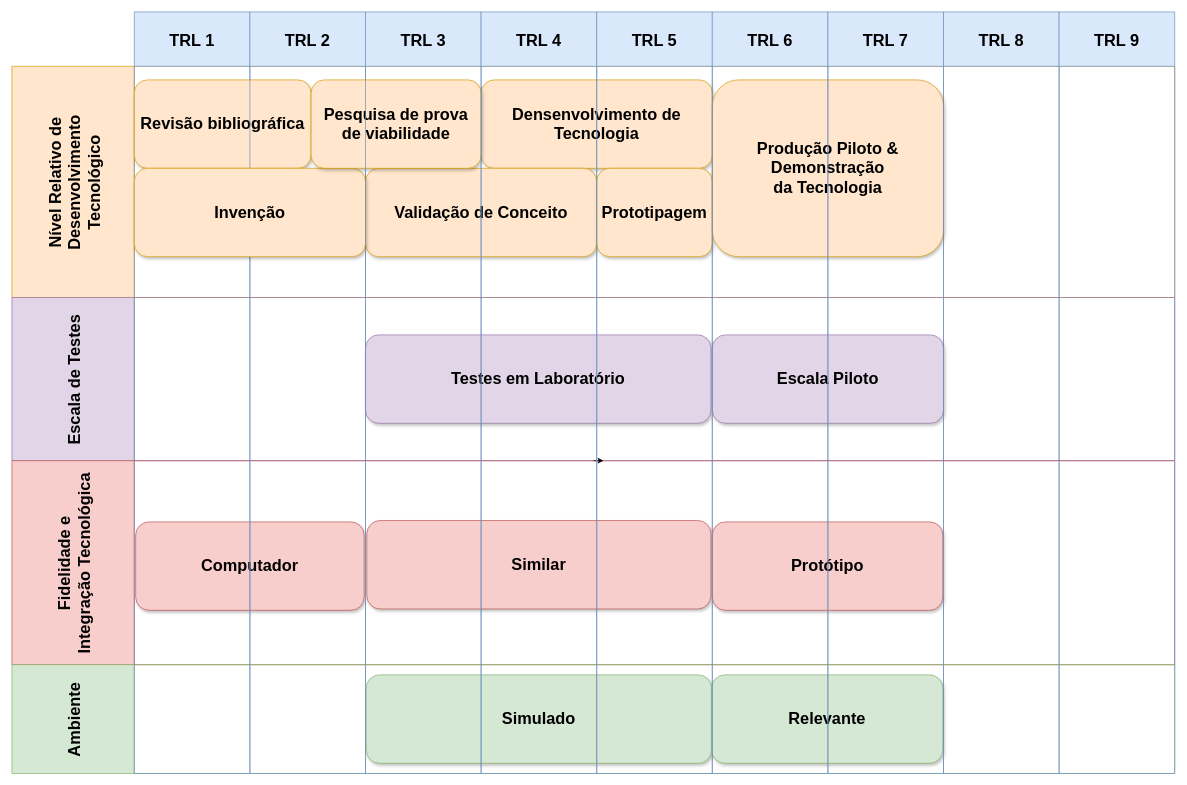
vitorsmends/raspode keeps this draw.io diagram as assets/diagram.drawio. Above is the earlier version. Source tidied: cells renumbered, new cells numbered last; positions are measured from the earlier drawing's top-left corner, leaving out a move shared by most shapes. Both pictures are drawn from the tidied source at 68%, with x=0, y=0 at pixel (12, 12).
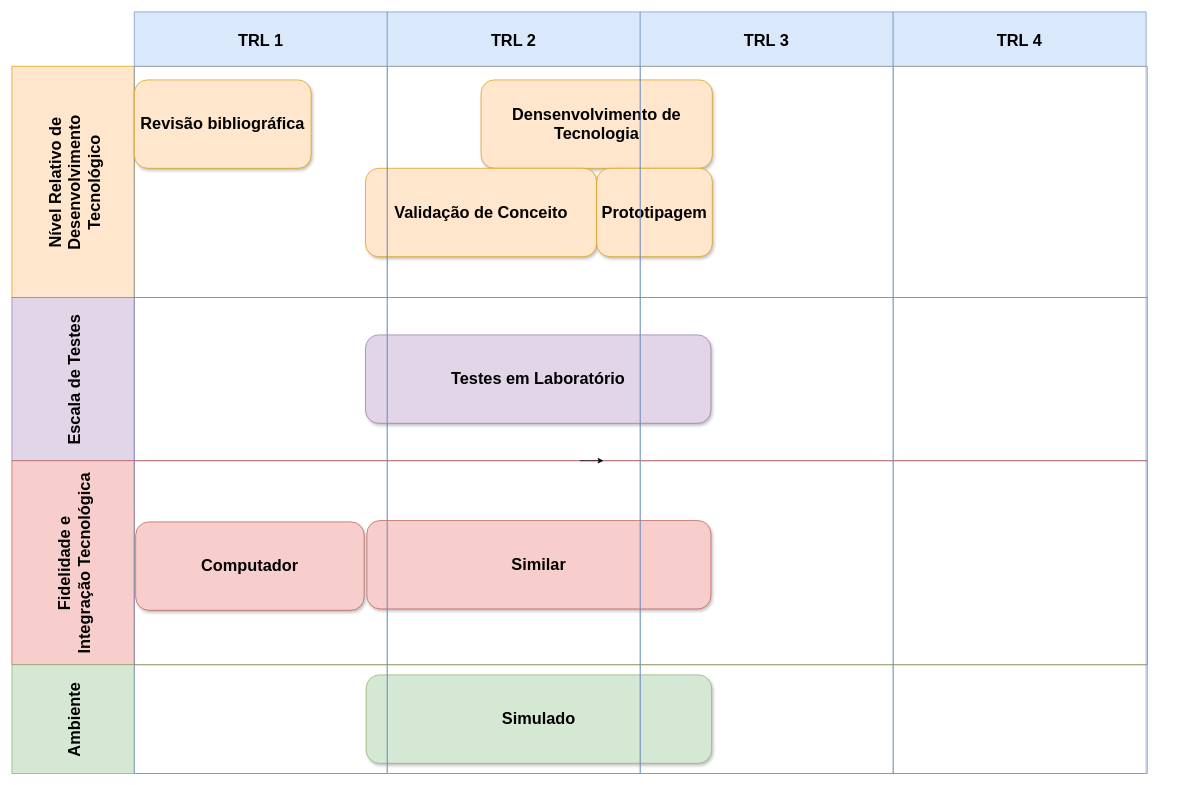
After the change.

The change refers to these unchanged cells:
```xml
<mxCell id="2" style="group;" parent="1" vertex="1">
  <mxGeometry y="80" width="1710" height="1040" as="geometry" />
</mxCell>
```

The edit, as a diff of the source:
```diff
@@
     <mxCell id="3" value="Nível Relativo de &#10;Desenvolvimento&#10;Tecnológico" style="swimlane;horizontal=0;startSize=180;fontSize=24;fillColor=#ffe6cc;strokeColor=#d79b00;" parent="2" vertex="1">
-      <mxGeometry width="1710" height="340" as="geometry" />
+      <mxGeometry width="1670" height="340" as="geometry" />
     </mxCell>
     <mxCell id="4" value="Escala de Testes" style="swimlane;horizontal=0;startSize=180;fontSize=24;fillColor=#e1d5e7;strokeColor=#9673a6;" parent="2" vertex="1">
-      <mxGeometry y="340" width="1710" height="240" as="geometry" />
+      <mxGeometry y="340" width="1670" height="240" as="geometry" />
     </mxCell>
@@
-    <mxCell id="6" value="Escala Piloto" style="rounded=1;whiteSpace=wrap;html=1;fontSize=24;fillColor=#e1d5e7;strokeColor=#9673a6;shadow=1;sketch=0;glass=0;fontStyle=1;" parent="4" vertex="1">
-      <mxGeometry x="1030" y="55" width="340" height="130" as="geometry" />
-    </mxCell>
     <mxCell id="7" value="Fidelidade e &#10;Integração Tecnológica" style="swimlane;horizontal=0;startSize=180;fontSize=24;fillColor=#f8cecc;strokeColor=#b85450;" parent="2" vertex="1">
-      <mxGeometry y="580" width="1710" height="300" as="geometry" />
+      <mxGeometry y="580" width="1670" height="300" as="geometry" />
     </mxCell>
@@
-    <mxCell id="10" value="Protótipo" style="rounded=1;whiteSpace=wrap;html=1;fontSize=24;fillColor=#f8cecc;strokeColor=#b85450;shadow=1;sketch=0;glass=0;fontStyle=1;" parent="7" vertex="1">
-      <mxGeometry x="1030" y="90" width="339" height="130" as="geometry" />
-    </mxCell>
     <mxCell id="11" value="Ambiente" style="swimlane;horizontal=0;startSize=180;fontSize=24;fillColor=#d5e8d4;strokeColor=#82b366;" parent="2" vertex="1">
-      <mxGeometry y="880" width="1710" height="160" as="geometry" />
+      <mxGeometry y="880" width="1670" height="160" as="geometry" />
     </mxCell>
@@
-    <mxCell id="13" value="Relevante" style="rounded=1;whiteSpace=wrap;html=1;fontSize=24;fillColor=#d5e8d4;strokeColor=#82b366;shadow=1;sketch=0;glass=0;fontStyle=1;" parent="11" vertex="1">
-      <mxGeometry x="1029" y="15" width="340" height="130" as="geometry" />
-    </mxCell>
@@
-    <mxCell id="17" value="Produção Piloto &amp;amp; Demonstração &lt;br&gt;da Tecnologia" style="rounded=1;whiteSpace=wrap;html=1;fontSize=24;fillColor=#ffe6cc;strokeColor=#d79b00;shadow=1;sketch=0;glass=0;gradientColor=none;fontStyle=1;" parent="2" vertex="1">
-      <mxGeometry x="1030" y="20" width="340" height="260" as="geometry" />
-    </mxCell>
@@
     <mxCell id="19" value="TRL 1" style="swimlane;fontSize=24;startSize=80;fillColor=#dae8fc;strokeColor=#6c8ebf;" parent="1" vertex="1">
-      <mxGeometry x="180" width="170" height="1120" as="geometry" />
+      <mxGeometry x="180" width="372" height="1120" as="geometry" />
     </mxCell>
@@
     <mxCell id="21" value="TRL 2" style="swimlane;fontSize=24;startSize=80;fillColor=#dae8fc;strokeColor=#6c8ebf;" parent="1" vertex="1">
-      <mxGeometry x="350" width="170" height="1120" as="geometry" />
+      <mxGeometry x="552" width="372" height="1120" as="geometry" />
     </mxCell>
-    <mxCell id="22" value="Invenção" style="rounded=1;whiteSpace=wrap;html=1;fontSize=24;fillColor=#ffe6cc;strokeColor=#d79b00;shadow=1;sketch=0;glass=0;gradientColor=none;fontStyle=1;" parent="21" vertex="1">
-      <mxGeometry x="-170" y="230" width="340" height="130" as="geometry" />
-    </mxCell>
-    <mxCell id="23" value="Pesquisa de prova &lt;br&gt;de viabilidade" style="rounded=1;whiteSpace=wrap;html=1;fontSize=24;fillColor=#ffe6cc;strokeColor=#d79b00;shadow=1;sketch=0;glass=0;gradientColor=none;fontStyle=1;" parent="21" vertex="1">
-      <mxGeometry x="90" y="100" width="250" height="130" as="geometry" />
-    </mxCell>
     <mxCell id="24" value="TRL 3" style="swimlane;fontSize=24;startSize=80;fillColor=#dae8fc;strokeColor=#6c8ebf;" parent="1" vertex="1">
-      <mxGeometry x="520" width="170" height="1120" as="geometry" />
+      <mxGeometry x="924" width="372" height="1120" as="geometry" />
     </mxCell>
     <mxCell id="25" value="TRL 4" style="swimlane;fontSize=24;startSize=80;fillColor=#dae8fc;strokeColor=#6c8ebf;" parent="1" vertex="1">
-      <mxGeometry x="690" width="170" height="1120" as="geometry" />
+      <mxGeometry x="1296" width="372" height="1120" as="geometry" />
     </mxCell>
-    <mxCell id="26" value="TRL 5" style="swimlane;fontSize=24;startSize=80;fillColor=#dae8fc;strokeColor=#6c8ebf;" parent="1" vertex="1">
-      <mxGeometry x="860" width="170" height="1120" as="geometry" />
-    </mxCell>
-    <mxCell id="27" value="TRL 6" style="swimlane;fontSize=24;startSize=80;fillColor=#dae8fc;strokeColor=#6c8ebf;" parent="1" vertex="1">
-      <mxGeometry x="1030" width="170" height="1120" as="geometry" />
-    </mxCell>
-    <mxCell id="28" value="TRL 7" style="swimlane;fontSize=24;startSize=80;fillColor=#dae8fc;strokeColor=#6c8ebf;" parent="1" vertex="1">
-      <mxGeometry x="1200" width="170" height="1120" as="geometry" />
-    </mxCell>
-    <mxCell id="29" value="TRL 8" style="swimlane;fontSize=24;startSize=80;fillColor=#dae8fc;strokeColor=#6c8ebf;" parent="1" vertex="1">
-      <mxGeometry x="1370" width="170" height="1120" as="geometry" />
-    </mxCell>
-    <mxCell id="30" value="TRL 9" style="swimlane;fontSize=24;startSize=80;fillColor=#dae8fc;strokeColor=#6c8ebf;" parent="1" vertex="1">
-      <mxGeometry x="1540" width="170" height="1120" as="geometry" />
-    </mxCell>
```
